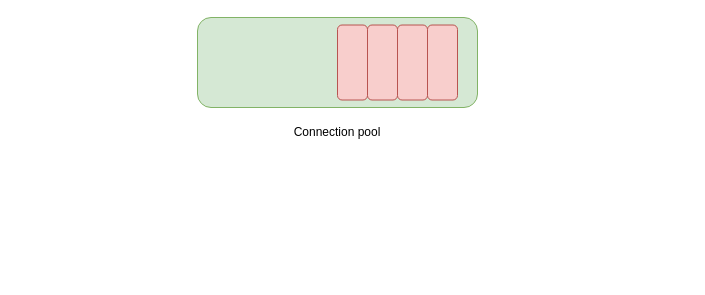
Before: network/connection_pool.drawio in xiaobaiTech/image, a draw.io diagram. Source tidied: cells renumbered, new cells numbered last; positions are measured from the earlier drawing's top-left corner, leaving out a move shared by most shapes. Both pictures are drawn from the tidied source at 100%, with x=0, y=0 at pixel (197, 17).
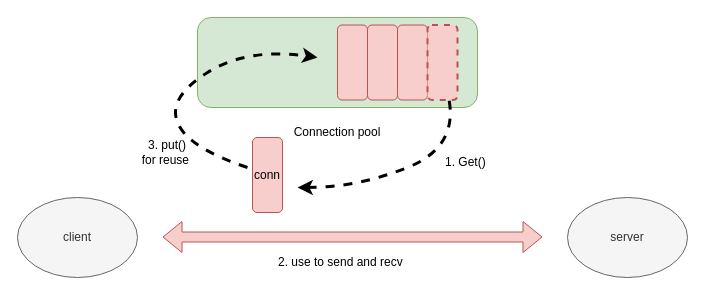
The same page after the edit.

The edit, as a diff of the source:
```diff
@@
-    <mxCell id="6" style="rounded=1;whiteSpace=wrap;html=1;fillColor=#f8cecc;strokeColor=#b85450;" parent="1" vertex="1">
+    <mxCell id="6" style="rounded=1;whiteSpace=wrap;html=1;fillColor=#f8cecc;strokeColor=#b85450;dashed=1;strokeWidth=2;" parent="1" vertex="1">
       <mxGeometry x="230" y="7.5" width="30" height="75" as="geometry" />
     </mxCell>
@@
+    <mxCell id="8" value="client" style="ellipse;whiteSpace=wrap;html=1;fillColor=#f5f5f5;fontColor=#333333;strokeColor=#666666;" parent="1" vertex="1">
+      <mxGeometry x="-180" y="180" width="120" height="80" as="geometry" />
+    </mxCell>
+    <mxCell id="9" value="server" style="ellipse;whiteSpace=wrap;html=1;fillColor=#f5f5f5;fontColor=#333333;strokeColor=#666666;" parent="1" vertex="1">
+      <mxGeometry x="370" y="180" width="120" height="80" as="geometry" />
+    </mxCell>
+    <mxCell id="10" value="conn" style="rounded=1;whiteSpace=wrap;html=1;fillColor=#f8cecc;strokeColor=#b85450;" parent="1" vertex="1">
+      <mxGeometry x="55" y="120" width="30" height="75" as="geometry" />
+    </mxCell>
+    <mxCell id="11" style="curved=1;endArrow=none;html=1;rounded=0;startArrow=classic;startFill=1;endFill=0;dashed=1;strokeWidth=3;" parent="1" edge="1" target="6">
+      <mxGeometry relative="1" as="geometry">
+        <mxPoint x="100" y="170" as="sourcePoint" />
+        <Array as="points">
+          <mxPoint x="160" y="170" />
+          <mxPoint x="260" y="130" />
+        </Array>
+      </mxGeometry>
+    </mxCell>
+    <mxCell id="12" value="1. Get()&amp;nbsp;" style="text;html=1;strokeColor=none;fillColor=none;align=center;verticalAlign=middle;whiteSpace=wrap;rounded=0;dashed=1;" parent="1" vertex="1">
+      <mxGeometry x="240" y="130" width="60" height="30" as="geometry" />
+    </mxCell>
+    <mxCell id="13" style="shape=flexArrow;endArrow=classic;startArrow=classic;html=1;rounded=0;strokeWidth=1;fillColor=#f8cecc;strokeColor=#b85450;" parent="1" edge="1">
+      <mxGeometry relative="1" as="geometry">
+        <mxPoint x="-35" y="219.5" as="sourcePoint" />
+        <mxPoint x="345" y="219.5" as="targetPoint" />
+      </mxGeometry>
+    </mxCell>
+    <mxCell id="14" value="2. use to send and recv&amp;nbsp;" style="text;html=1;strokeColor=none;fillColor=none;align=center;verticalAlign=middle;whiteSpace=wrap;rounded=0;dashed=1;" parent="1" vertex="1">
+      <mxGeometry x="60" y="230" width="170" height="30" as="geometry" />
+    </mxCell>
+    <mxCell id="15" style="curved=1;endArrow=classic;html=1;rounded=0;strokeWidth=3;dashed=1;" parent="1" edge="1">
+      <mxGeometry relative="1" as="geometry">
+        <mxPoint x="50" y="150" as="sourcePoint" />
+        <mxPoint x="120" y="40" as="targetPoint" />
+        <Array as="points">
+          <mxPoint x="-10" y="130" />
+          <mxPoint x="-30" y="80" />
+          <mxPoint x="50" y="30" />
+        </Array>
+      </mxGeometry>
+    </mxCell>
+    <mxCell id="16" value="3. put()&lt;br&gt;for reuse&amp;nbsp;" style="text;html=1;strokeColor=none;fillColor=none;align=center;verticalAlign=middle;whiteSpace=wrap;rounded=0;dashed=1;" parent="1" vertex="1">
+      <mxGeometry x="-60" y="120" width="60" height="30" as="geometry" />
+    </mxCell>
```
